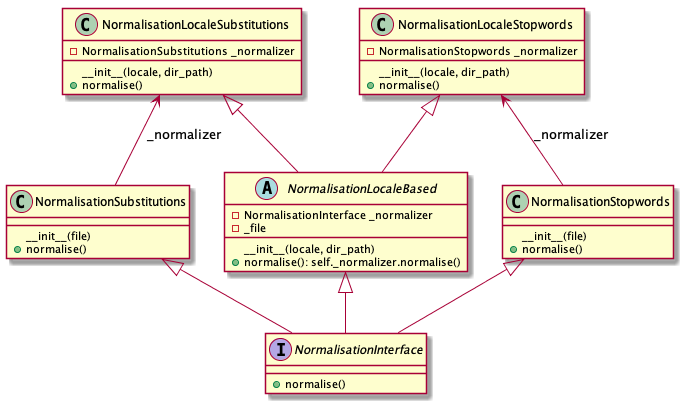
This is docs/adr/hld/ADR0002.png from ebu/benchmarkstt, a PlantUML export, as it was before one commit. Its diagram source:
```plantuml
@startuml

abstract NormalisationLocaleBased
{
  - NormalisationInterface _normalizer
  - _file
  __init__(locale, dir_path)
  + normalise(): self._normalizer.normalise()
}

interface NormalisationInterface
{
  + normalise()
}

class NormalisationLocaleSubstitutions {
  - NormalisationSubstitutions _normalizer
  __init__(locale, dir_path)
  + normalise()
}

class NormalisationLocaleStopwords {
  - NormalisationStopwords _normalizer
  __init__(locale, dir_path)
  + normalise()
}

class NormalisationSubstitutions {
  __init__(file)
  + normalise()
}

class NormalisationStopwords {
  __init__(file)
  + normalise()
}

NormalisationLocaleBased <|-- NormalisationInterface
NormalisationLocaleSubstitutions <|-- NormalisationLocaleBased
NormalisationLocaleStopwords <|-- NormalisationLocaleBased
NormalisationSubstitutions <|-- NormalisationInterface
NormalisationStopwords <|-- NormalisationInterface
NormalisationLocaleStopwords <-- NormalisationStopwords : _normalizer
NormalisationLocaleSubstitutions <-- NormalisationSubstitutions : _normalizer
@enduml
```
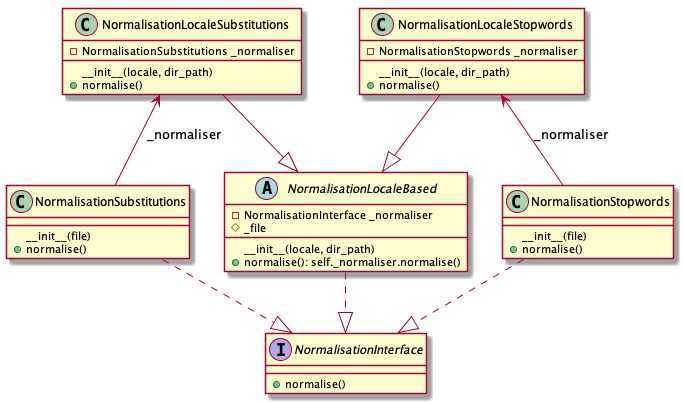
Later version of the same file.

Commit message:
correct uml, add example code

What changed in the source:
```diff
@@ -2,10 +2,10 @@
 
 abstract NormalisationLocaleBased
 {
-  - NormalisationInterface _normalizer
-  - _file
+  - NormalisationInterface _normaliser
+  # _file
   __init__(locale, dir_path)
-  + normalise(): self._normalizer.normalise()
+  + normalise(): self._normaliser.normalise()
 }
 
 interface NormalisationInterface
@@ -14,13 +14,13 @@
 }
 
 class NormalisationLocaleSubstitutions {
-  - NormalisationSubstitutions _normalizer
+  - NormalisationSubstitutions _normaliser
   __init__(locale, dir_path)
   + normalise()
 }
 
 class NormalisationLocaleStopwords {
-  - NormalisationStopwords _normalizer
+  - NormalisationStopwords _normaliser
   __init__(locale, dir_path)
   + normalise()
 }
@@ -35,11 +35,11 @@
   + normalise()
 }
 
-NormalisationLocaleBased <|-- NormalisationInterface
-NormalisationLocaleSubstitutions <|-- NormalisationLocaleBased
-NormalisationLocaleStopwords <|-- NormalisationLocaleBased
-NormalisationSubstitutions <|-- NormalisationInterface
-NormalisationStopwords <|-- NormalisationInterface
-NormalisationLocaleStopwords <-- NormalisationStopwords : _normalizer
-NormalisationLocaleSubstitutions <-- NormalisationSubstitutions : _normalizer
+NormalisationLocaleSubstitutions --|> NormalisationLocaleBased
+NormalisationLocaleStopwords --|> NormalisationLocaleBased
+NormalisationSubstitutions ..|>  NormalisationInterface
+NormalisationLocaleBased ..|> NormalisationInterface
+NormalisationStopwords ..|> NormalisationInterface
+NormalisationLocaleStopwords <-- NormalisationStopwords : _normaliser
+NormalisationLocaleSubstitutions <-- NormalisationSubstitutions : _normaliser
 @enduml
```
